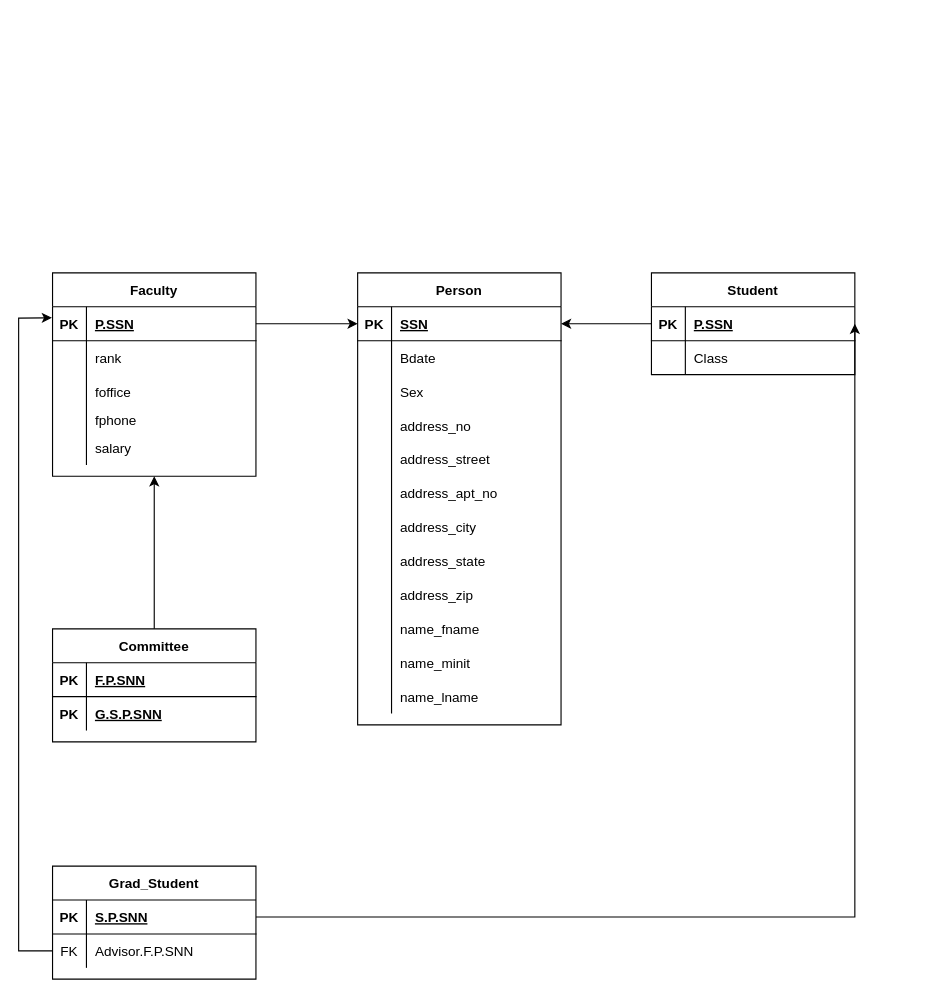
maxwell882000/Diagram keeps this draw.io diagram as Untitled Diagram.drawio. Above is the earlier version. Source tidied: cells renumbered, new cells numbered last; positions are measured from the earlier drawing's top-left corner, leaving out a move shared by most shapes. Both pictures are drawn from the tidied source at 113%, with x=0, y=0 at pixel (18, 272).
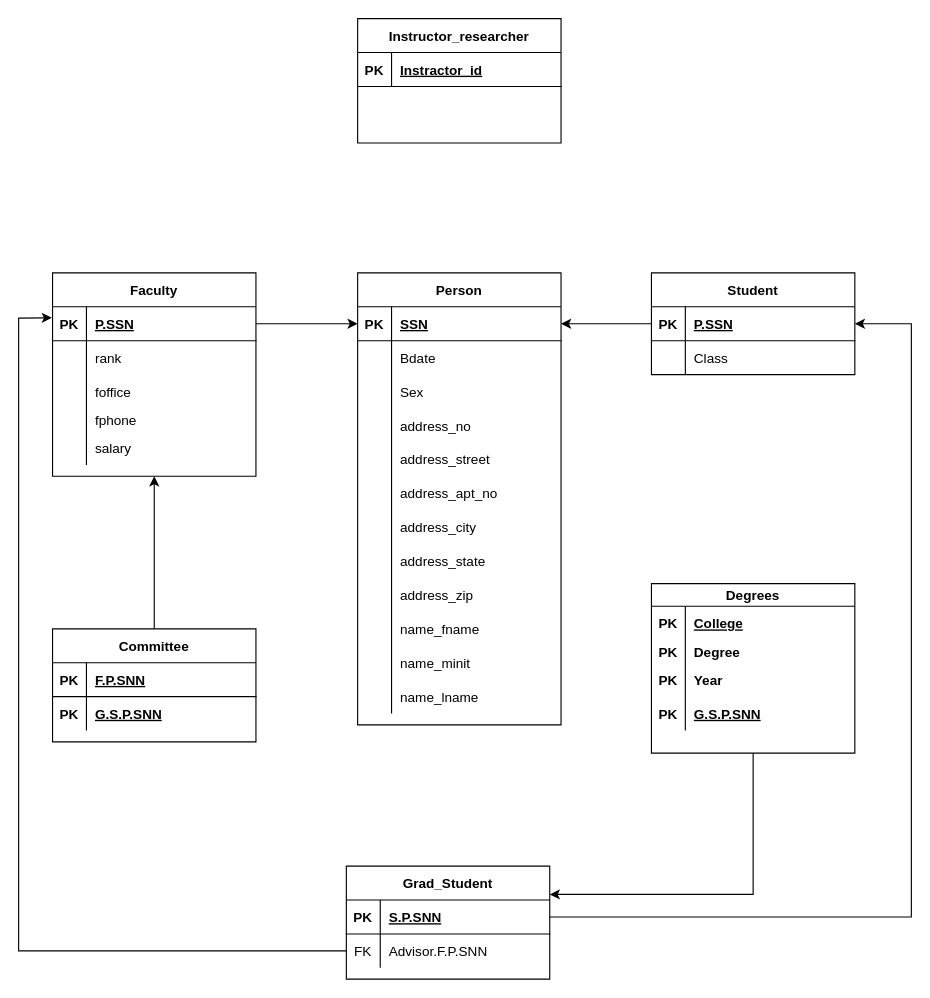
The same diagram, later.

Unchanged cells that the change refers to:
```xml
<mxCell id="57" style="shape=tableRow;horizontal=0;startSize=0;swimlaneHead=0;swimlaneBody=0;fillColor=none;points=[[0,0.5],[1,0.5]];portConstraint=eastwest;top=0;left=0;right=0;bottom=1;" parent="56" vertex="1">
  <mxGeometry y="30" width="180" height="30" as="geometry" />
</mxCell>
<mxCell id="73" style="shape=tableRow;horizontal=0;startSize=0;swimlaneHead=0;swimlaneBody=0;fillColor=none;points=[[0,0.5],[1,0.5]];portConstraint=eastwest;top=0;left=0;right=0;bottom=1;" parent="72" vertex="1">
  <mxGeometry y="30" width="180" height="30" as="geometry" />
</mxCell>
```

Diff of the diagram source:
```diff
@@
     <mxCell id="72" value="Grad_Student" style="shape=table;startSize=30;childLayout=tableLayout;rowLines=0;fontStyle=1;align=center;" parent="1" vertex="1">
-      <mxGeometry x="30" y="525" width="180" height="100" as="geometry" />
+      <mxGeometry x="290" y="525" width="180" height="100" as="geometry" />
     </mxCell>
@@
     <mxCell id="80" style="endArrow=classic;html=1;rounded=0;exitX=1;exitY=0.5;exitDx=0;exitDy=0;entryX=1;entryY=0.5;entryDx=0;entryDy=0;" parent="1" edge="1" source="73" target="57">
       <mxGeometry relative="1" as="geometry">
         <Array as="points">
-          <mxPoint x="740" y="570" />
+          <mxPoint x="790" y="570" />
+          <mxPoint x="790" y="45" />
         </Array>
       </mxGeometry>
     </mxCell>
+    <mxCell id="81" value="Degrees" style="shape=table;startSize=20;childLayout=tableLayout;rowLines=0;fontStyle=1;align=center;" parent="1" vertex="1">
+      <mxGeometry x="560" y="275" width="180" height="150" as="geometry" />
+    </mxCell>
+    <mxCell id="82" style="shape=tableRow;horizontal=0;startSize=0;swimlaneHead=0;swimlaneBody=0;fillColor=none;top=0;left=0;right=0;bottom=0;" parent="81" vertex="1">
+      <mxGeometry y="20" width="180" height="30" as="geometry" />
+    </mxCell>
+    <mxCell id="83" value="PK" style="shape=partialRectangle;fillColor=none;top=0;left=0;bottom=0;right=0;overflow=hidden;fontStyle=1;" parent="82" vertex="1">
+      <mxGeometry width="30" height="30" as="geometry" />
+    </mxCell>
+    <mxCell id="84" value="College" style="shape=partialRectangle;fillColor=none;top=0;left=0;bottom=0;right=0;align=left;spacingLeft=6;overflow=hidden;fontStyle=5;" parent="82" vertex="1">
+      <mxGeometry x="30" width="150" height="30" as="geometry" />
+    </mxCell>
+    <mxCell id="85" style="shape=tableRow;horizontal=0;startSize=0;swimlaneHead=0;swimlaneBody=0;fillColor=none;top=0;left=0;right=0;bottom=0;" parent="81" vertex="1">
+      <mxGeometry y="50" width="180" height="20" as="geometry" />
+    </mxCell>
+    <mxCell id="86" value="PK" style="shape=partialRectangle;fillColor=none;top=0;left=0;bottom=0;right=0;overflow=hidden;fontStyle=1;" parent="85" vertex="1">
+      <mxGeometry width="30" height="20" as="geometry" />
+    </mxCell>
+    <mxCell id="87" value="Degree" style="shape=partialRectangle;fillColor=none;top=0;left=0;bottom=0;right=0;align=left;spacingLeft=6;overflow=hidden;fontStyle=1;" parent="85" vertex="1">
+      <mxGeometry x="30" width="150" height="20" as="geometry" />
+    </mxCell>
+    <mxCell id="88" style="shape=tableRow;horizontal=0;startSize=0;swimlaneHead=0;swimlaneBody=0;fillColor=none;top=0;left=0;right=0;bottom=0;" parent="81" vertex="1">
+      <mxGeometry y="70" width="180" height="30" as="geometry" />
+    </mxCell>
+    <mxCell id="89" value="PK" style="shape=partialRectangle;fillColor=none;top=0;left=0;bottom=0;right=0;overflow=hidden;fontStyle=1;" parent="88" vertex="1">
+      <mxGeometry width="30" height="30" as="geometry" />
+    </mxCell>
+    <mxCell id="90" value="Year" style="shape=partialRectangle;fillColor=none;top=0;left=0;bottom=0;right=0;align=left;spacingLeft=6;overflow=hidden;fontStyle=1;" parent="88" vertex="1">
+      <mxGeometry x="30" width="150" height="30" as="geometry" />
+    </mxCell>
+    <mxCell id="91" style="shape=tableRow;horizontal=0;startSize=0;swimlaneHead=0;swimlaneBody=0;fillColor=none;top=0;left=0;right=0;bottom=0;" parent="81" vertex="1">
+      <mxGeometry y="100" width="180" height="30" as="geometry" />
+    </mxCell>
+    <mxCell id="92" value="PK" style="shape=partialRectangle;fillColor=none;top=0;left=0;bottom=0;right=0;overflow=hidden;fontStyle=1;" parent="91" vertex="1">
+      <mxGeometry width="30" height="30" as="geometry" />
+    </mxCell>
+    <mxCell id="93" value="G.S.P.SNN" style="shape=partialRectangle;fillColor=none;top=0;left=0;bottom=0;right=0;align=left;spacingLeft=6;overflow=hidden;fontStyle=5;" parent="91" vertex="1">
+      <mxGeometry x="30" width="150" height="30" as="geometry" />
+    </mxCell>
+    <mxCell id="94" style="endArrow=classic;html=1;rounded=0;entryX=1;entryY=0.25;entryDx=0;entryDy=0;exitX=0.5;exitY=1;exitDx=0;exitDy=0;" parent="1" edge="1" source="81" target="72">
+      <mxGeometry relative="1" as="geometry">
+        <Array as="points">
+          <mxPoint x="650" y="550" />
+        </Array>
+      </mxGeometry>
+    </mxCell>
+    <mxCell id="95" value="Instructor_researcher" style="shape=table;startSize=30;childLayout=tableLayout;rowLines=0;fontStyle=1;align=center;" parent="1" vertex="1">
+      <mxGeometry x="300" y="-225" width="180" height="110" as="geometry" />
+    </mxCell>
+    <mxCell id="96" style="shape=tableRow;horizontal=0;startSize=0;swimlaneHead=0;swimlaneBody=0;fillColor=none;top=0;left=0;right=0;bottom=1;" parent="95" vertex="1">
+      <mxGeometry y="30" width="180" height="30" as="geometry" />
+    </mxCell>
+    <mxCell id="97" value="PK" style="shape=partialRectangle;fillColor=none;top=0;left=0;bottom=0;right=0;fontStyle=1;overflow=hidden;" parent="96" vertex="1">
+      <mxGeometry width="30" height="30" as="geometry" />
+    </mxCell>
+    <mxCell id="98" value="Instractor_id" style="shape=partialRectangle;fillColor=none;top=0;left=0;bottom=0;right=0;align=left;spacingLeft=6;fontStyle=5;overflow=hidden;" parent="96" vertex="1">
+      <mxGeometry x="30" width="150" height="30" as="geometry" />
+    </mxCell>
```
